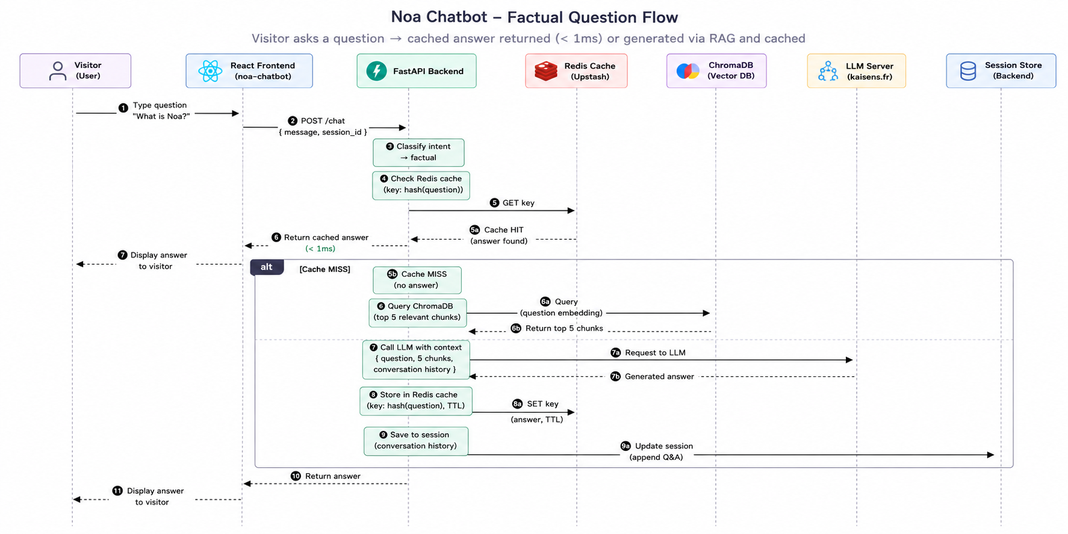
This is diagramme/04_sequence_noa.png from RedFalcon22/Rapport_ISTIC_2025_2026_v2, a PlantUML export, as it was before one commit. Its source is kept beside it as figures/04_sequence_noa.puml.
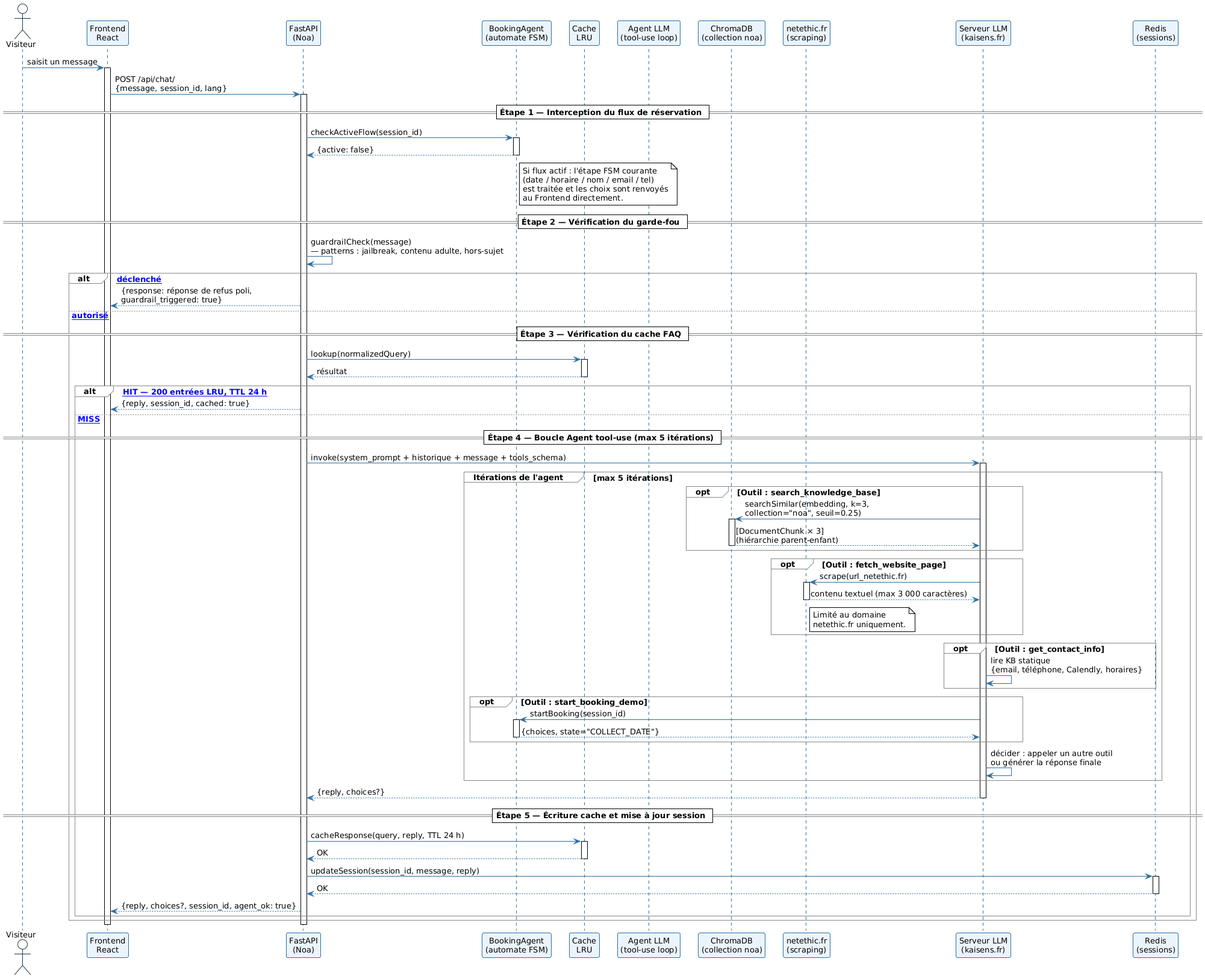
Above is the later version.

Diff of the diagram source:
```diff
@@ -7,49 +7,119 @@
 skinparam sequenceActorBorderColor #1A3550
 skinparam sequenceGroupBorderColor #888888
 skinparam defaultFontName Arial
-skinparam defaultFontSize 11
+skinparam defaultFontSize 13
 
-title Diagramme de séquences — Module Noa (question factuelle)
 
-actor       "Visiteur"          as V
-participant "Frontend React"    as FE
-participant "FastAPI\n(Noa)"    as API
-participant "LangChain\nPipeline" as LC
-participant "Redis\n(cache)"    as Redis
-participant "ChromaDB"          as Chroma
-participant "Serveur LLM\n(kaisens.fr)" as LLM
+actor       "Visiteur"                      as V
+participant "Frontend\nReact"               as FE
+participant "FastAPI\n(Noa)"                as API
+participant "BookingAgent\n(automate FSM)"  as FSM
+participant "Cache\nLRU"                    as Cache
+participant "Agent LLM\n(tool-use loop)"    as Agent
+participant "ChromaDB\n(collection noa)"    as Chroma
+participant "netethic.fr\n(scraping)"       as Web
+participant "Serveur LLM\n(kaisens.fr)"     as LLM
+participant "Redis\n(sessions)"             as Redis
 
-V  -> FE   : saisit une question
-FE -> API  : POST /chat\n{message, sessionId, lang}
+V  -> FE  : saisit un message
+activate FE
+FE -> API : POST /api/chat/\n{message, session_id, lang}
+activate API
 
-API -> LC  : classifyIntent(message)
-LC --> API : intent = "factual"
+== Étape 1 — Interception du flux de réservation ==
 
-API -> Redis : getFromCache(normalizedQuestion)
-Redis --> API : [cache miss]
+API -> FSM : checkActiveFlow(session_id)
+activate FSM
+FSM --> API : {active: false}
+deactivate FSM
 
-group Recherche documentaire (RAG)
-  API -> Chroma : searchSimilar(embedding, k=5,\ncollection="noa")
-  Chroma --> API : [DocumentChunk × 5]
+note right of FSM
+  Si flux actif : l'étape FSM courante
+  (date / horaire / nom / email / tel)
+  est traitée et les choix sont renvoyés
+  au Frontend directement.
+end note
+
+== Étape 2 — Vérification du garde-fou ==
+
+API -> API : guardrailCheck(message)\n— patterns : jailbreak, contenu adulte, hors-sujet
+
+alt [Guardrail déclenché]
+  API --> FE : {response: réponse de refus poli,\nguardrail_triggered: true}
+
+else [Message autorisé]
+
+  == Étape 3 — Vérification du cache FAQ ==
+
+  API -> Cache : lookup(normalizedQuery)
+  activate Cache
+  Cache --> API : résultat
+  deactivate Cache
+
+  alt [Cache HIT — 200 entrées LRU, TTL 24 h]
+    API --> FE : {reply, session_id, cached: true}
+
+  else [Cache MISS]
+
+    == Étape 4 — Boucle Agent tool-use (max 5 itérations) ==
+
+    API -> LLM : invoke(system_prompt + historique + message + tools_schema)
+    activate LLM
+
+    group Itérations de l'agent [max 5 itérations]
+
+      opt Outil : search_knowledge_base
+        LLM -> Chroma : searchSimilar(embedding, k=3,\ncollection="noa", seuil=0.25)
+        activate Chroma
+        Chroma --> LLM : [DocumentChunk × 3]\n(hiérarchie parent-enfant)
+        deactivate Chroma
+      end
+
+      opt Outil : fetch_website_page
+        LLM -> Web : scrape(url_netethic.fr)
+        activate Web
+        Web --> LLM : contenu textuel (max 3 000 caractères)
+        deactivate Web
+        note right of Web : Limité au domaine\nnetethic.fr uniquement.
+      end
+
+      opt Outil : get_contact_info
+        LLM -> LLM : lire KB statique\n{email, téléphone, Calendly, horaires}
+      end
+
+      opt Outil : start_booking_demo
+        LLM -> FSM : startBooking(session_id)
+        activate FSM
+        FSM --> LLM : {choices, state="COLLECT_DATE"}
+        deactivate FSM
+      end
+
+      LLM -> LLM : décider : appeler un autre outil\nou générer la réponse finale
+
+    end
+
+    LLM --> API : {reply, choices?}
+    deactivate LLM
+
+    == Étape 5 — Écriture cache et mise à jour session ==
+
+    API -> Cache : cacheResponse(query, reply, TTL 24 h)
+    activate Cache
+    Cache --> API : OK
+    deactivate Cache
+
+    API -> Redis : updateSession(session_id, message, reply)
+    activate Redis
+    Redis --> API : OK
+    deactivate Redis
+
+    API --> FE : {reply, choices?, session_id, agent_ok: true}
+
+  end
+
 end
 
-group Génération de réponse
-  API -> LLM : POST /v1/chat/completions\n{question + context + historique}
-  LLM --> API : responseText
-end
-
-API -> Redis : cacheResponse(normalizedQuestion, responseText)
-API -> Redis : updateSession(sessionId, message, response)
-Redis --> API : OK
-
-API --> FE : {response, sessionId, lang}
-FE  --> V  : affiche la réponse
-
-note right of API
-  En cas de cache hit :
-  la réponse est retournée
-  directement en < 1 ms,
-  sans appel au LLM.
-end note
+deactivate API
+deactivate FE
 
 @enduml
```
